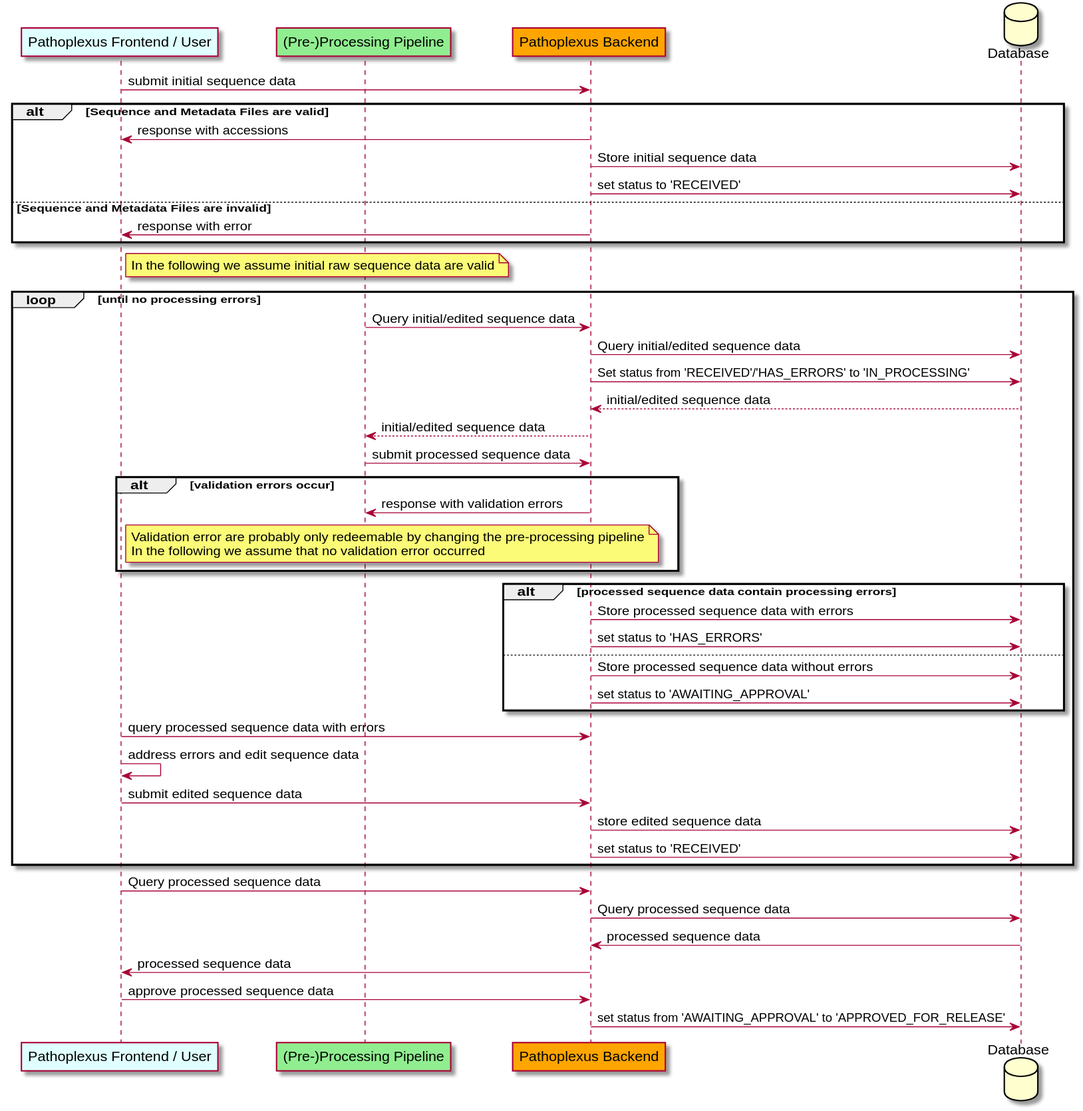
Earlier version of the PlantUML export backend/docs/plantuml/sequenceInitialSubmission.svg (loculus-project/loculus).
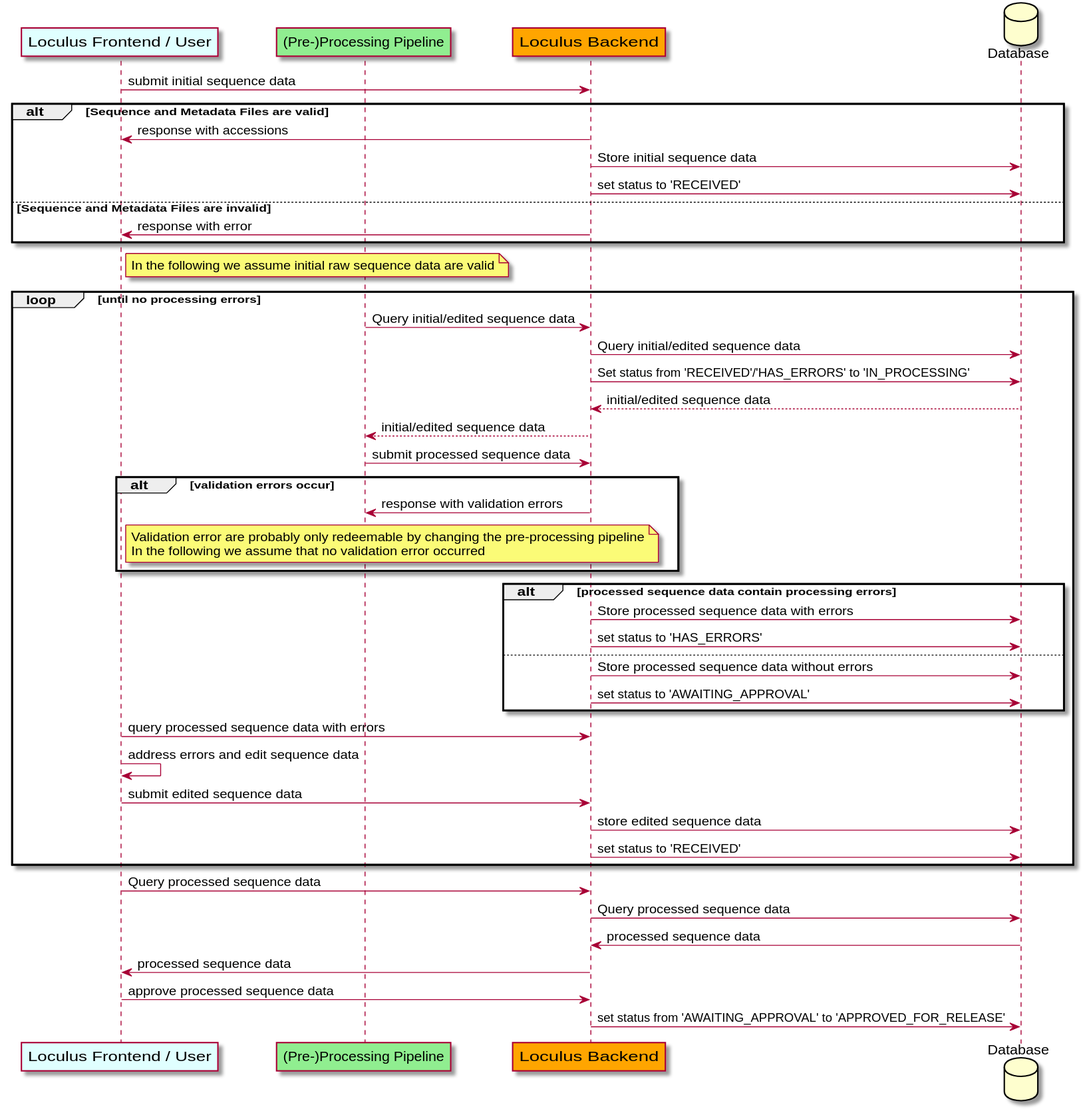
After the change.

Diff of the diagram source:
```diff
@@ -1,7 +1,7 @@
 @startuml
-    participant "Pathoplexus Frontend / User" as frontend #LightCyan
+    participant "Loculus Frontend / User" as frontend #LightCyan
     participant "(Pre-)Processing Pipeline" as processing #LightGreen
-    participant "Pathoplexus Backend" as backend #Orange
+    participant "Loculus Backend" as backend #Orange
     database "Database" as DB
 
     frontend -> backend: submit initial sequence data
```
